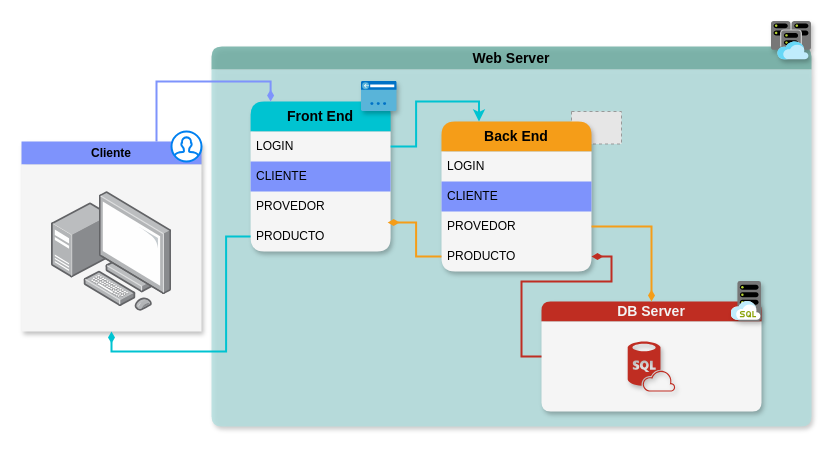
GonzaloAdami/YoProgramo2022 keeps this draw.io diagram as ArquitecturaWeb.drawio. Above is the earlier version. Source tidied: cells renumbered, new cells numbered last; positions are measured from the earlier drawing's top-left corner, leaving out a move shared by most shapes. Both pictures are drawn from the tidied source at 100%, with x=0, y=0 at pixel (21, 21). Pictures stored in the file or linked from it are replaced by grey dashed boxes.
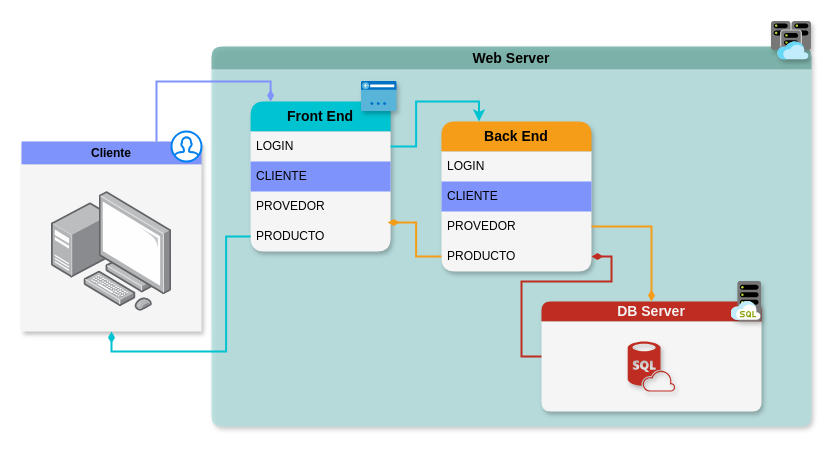
After the change.

The change refers to these unchanged cells:
```xml
<mxCell id="2" value="&lt;font style=&quot;font-size: 14px;&quot;&gt;Web Server&lt;/font&gt;" style="swimlane;whiteSpace=wrap;html=1;rounded=1;shadow=1;glass=0;sketch=0;swimlaneFillColor=#B1DEDE;opacity=80;fillColor=#67AB9F;strokeColor=none;startSize=23;" parent="1" vertex="1">
  <mxGeometry x="190" y="25" width="600" height="380" as="geometry" />
</mxCell>
```

Change to the diagram source:
```diff
@@
-<mxGraphModel>
+<mxGraphModel background="#ffffff">
@@
-    <mxCell id="13" style="fillColor=#E6E6E6;strokeColor=#999999;dashed=1;verticalLabelPosition=bottom;labelBackgroundColor=#ffffff;verticalAlign=top;fontSize=14;fontColor=#F2F2F2;" parent="2" vertex="1">
-      <mxGeometry x="360" y="65" width="50" height="32.5" as="geometry" />
-    </mxCell>
```
